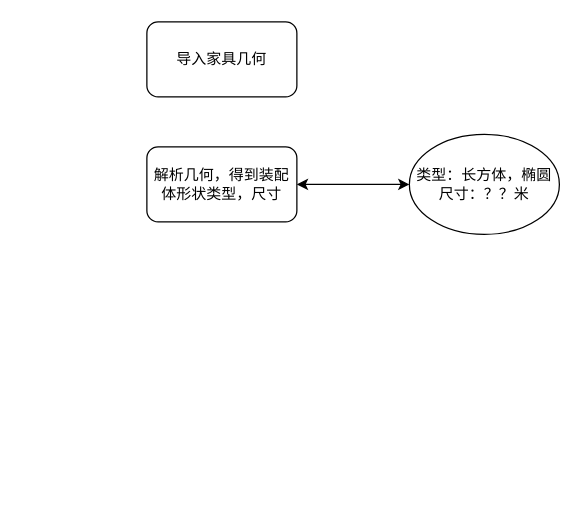
Above: zhuanli-Ai.drawio in Harekaze-Misakiakeno/uml (draw.io), before the change. Source tidied: cells renumbered, new cells numbered last; positions are measured from the earlier drawing's top-left corner, leaving out a move shared by most shapes. Both pictures are drawn from the tidied source at 125%, with x=0, y=0 at pixel (146, 21).
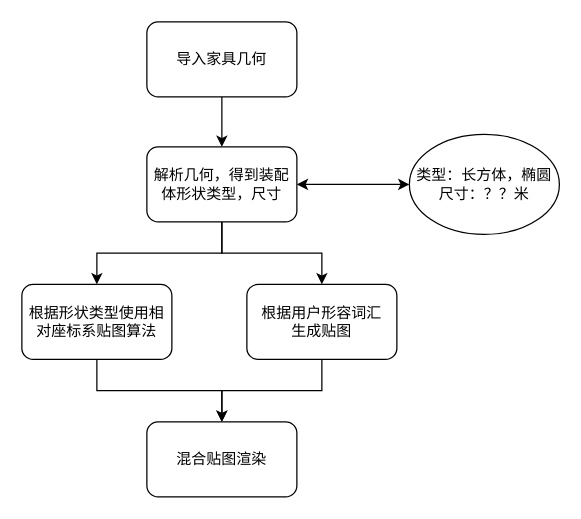
Above is the later version.

Change to the diagram source:
```diff
@@
 <mxGraphModel>
   <root>
     <mxCell id="0" />
     <mxCell id="1" parent="0" />
+    <mxCell id="6" style="edgeStyle=orthogonalEdgeStyle;rounded=0;jettySize=auto;html=1;exitX=0.5;exitY=1;exitDx=0;exitDy=0;entryX=0.5;entryY=0;entryDx=0;entryDy=0;" parent="1" edge="1" source="2" target="3">
+      <mxGeometry relative="1" as="geometry" />
+    </mxCell>
     <mxCell id="2" value="导入家具几何" style="rounded=1;whiteSpace=wrap;html=1;" parent="1" vertex="1">
       <mxGeometry width="120" height="60" as="geometry" />
     </mxCell>
+    <mxCell id="7" style="edgeStyle=orthogonalEdgeStyle;rounded=0;jettySize=auto;html=1;exitX=0.5;exitY=1;exitDx=0;exitDy=0;entryX=0.5;entryY=0;entryDx=0;entryDy=0;" parent="1" edge="1" source="3" target="11">
+      <mxGeometry relative="1" as="geometry" />
+    </mxCell>
     <mxCell id="3" value="解析几何，得到装配体形状类型，尺寸" style="rounded=1;whiteSpace=wrap;html=1;" parent="1" vertex="1">
       <mxGeometry y="100" width="120" height="60" as="geometry" />
     </mxCell>
     <mxCell id="4" value="类型：长方体，椭圆&lt;div&gt;尺寸：？？米&lt;/div&gt;" style="ellipse;whiteSpace=wrap;html=1;" parent="1" vertex="1">
       <mxGeometry x="210" y="90" width="120" height="80" as="geometry" />
     </mxCell>
     <mxCell id="5" style="endArrow=classic;startArrow=classic;html=1;rounded=0;exitX=1;exitY=0.5;exitDx=0;exitDy=0;entryX=0;entryY=0.5;entryDx=0;entryDy=0;" parent="1" edge="1" source="3" target="4">
       <mxGeometry relative="1" as="geometry" />
     </mxCell>
+    <mxCell id="8" style="edgeStyle=orthogonalEdgeStyle;rounded=0;jettySize=auto;html=1;entryX=0.5;entryY=0;entryDx=0;entryDy=0;" parent="1" edge="1" source="9" target="13">
+      <mxGeometry relative="1" as="geometry" />
+    </mxCell>
+    <mxCell id="9" value="根据用户形容词汇&lt;div&gt;生成贴图&lt;/div&gt;" style="rounded=1;whiteSpace=wrap;html=1;" parent="1" vertex="1">
+      <mxGeometry x="80" y="210" width="120" height="60" as="geometry" />
+    </mxCell>
+    <mxCell id="10" style="edgeStyle=orthogonalEdgeStyle;rounded=0;jettySize=auto;html=1;exitX=0.5;exitY=1;exitDx=0;exitDy=0;" parent="1" edge="1" source="11" target="13">
+      <mxGeometry relative="1" as="geometry" />
+    </mxCell>
+    <mxCell id="11" value="根据形状类型使用相对座标系贴图算法" style="rounded=1;whiteSpace=wrap;html=1;" parent="1" vertex="1">
+      <mxGeometry x="-100" y="210" width="120" height="60" as="geometry" />
+    </mxCell>
+    <mxCell id="12" style="edgeStyle=orthogonalEdgeStyle;rounded=0;jettySize=auto;html=1;exitX=0.5;exitY=1;exitDx=0;exitDy=0;entryX=0.5;entryY=0;entryDx=0;entryDy=0;" parent="1" edge="1" source="3" target="9">
+      <mxGeometry relative="1" as="geometry" />
+    </mxCell>
+    <mxCell id="13" value="混合贴图渲染" style="rounded=1;whiteSpace=wrap;html=1;" parent="1" vertex="1">
+      <mxGeometry y="320" width="120" height="60" as="geometry" />
+    </mxCell>
   </root>
 </mxGraphModel>
```
